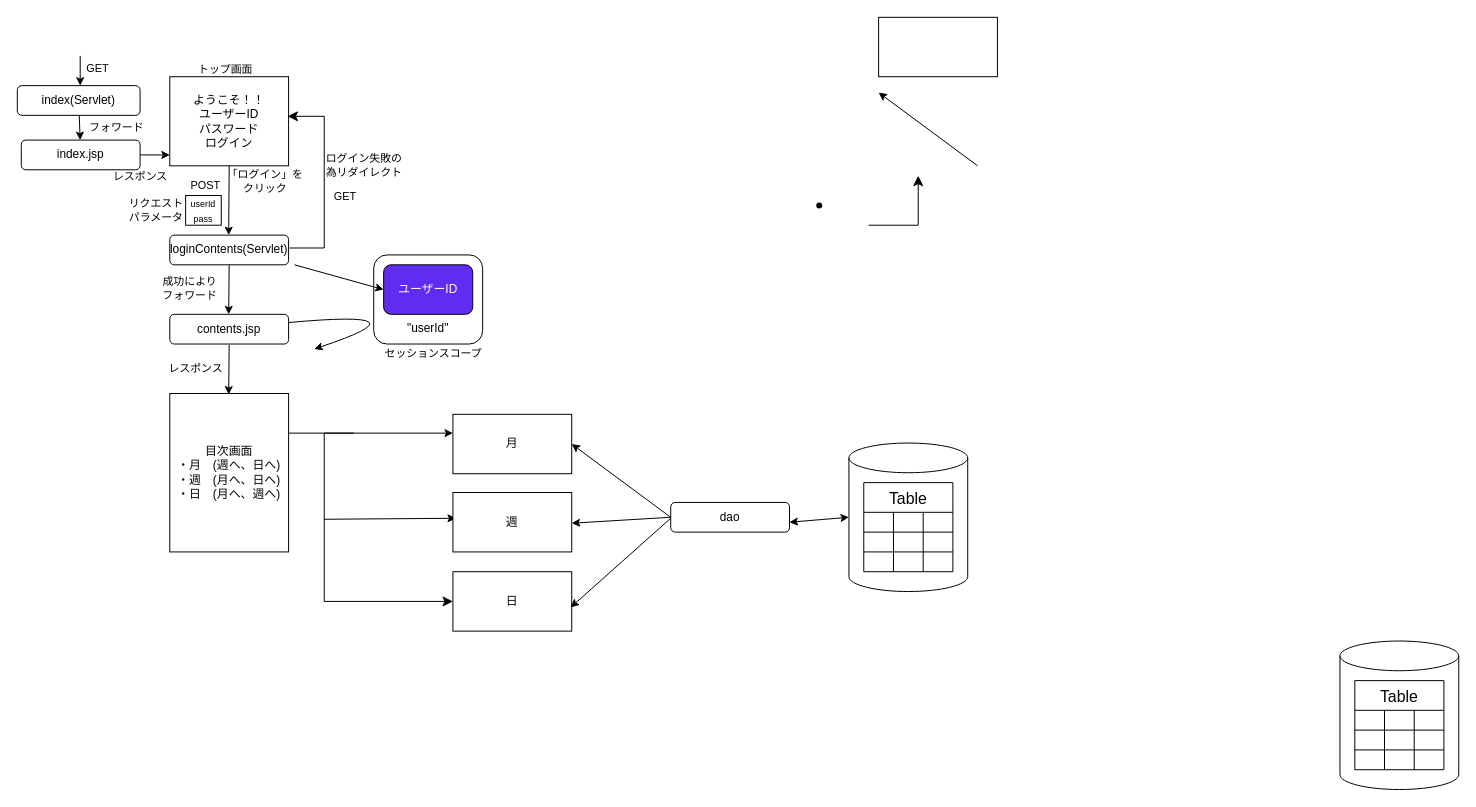
The draw.io diagram page "画面遷移図（ログイン）" (2 of 4) of 自主制作.drawio in a-otsuka0719/schedule, before the edit. Source tidied: cells renumbered, new cells numbered last; positions are measured from the earlier drawing's top-left corner, leaving out a move shared by most shapes. Both pictures are drawn from the tidied source at 99%, with x=0, y=0 at pixel (17, 17).
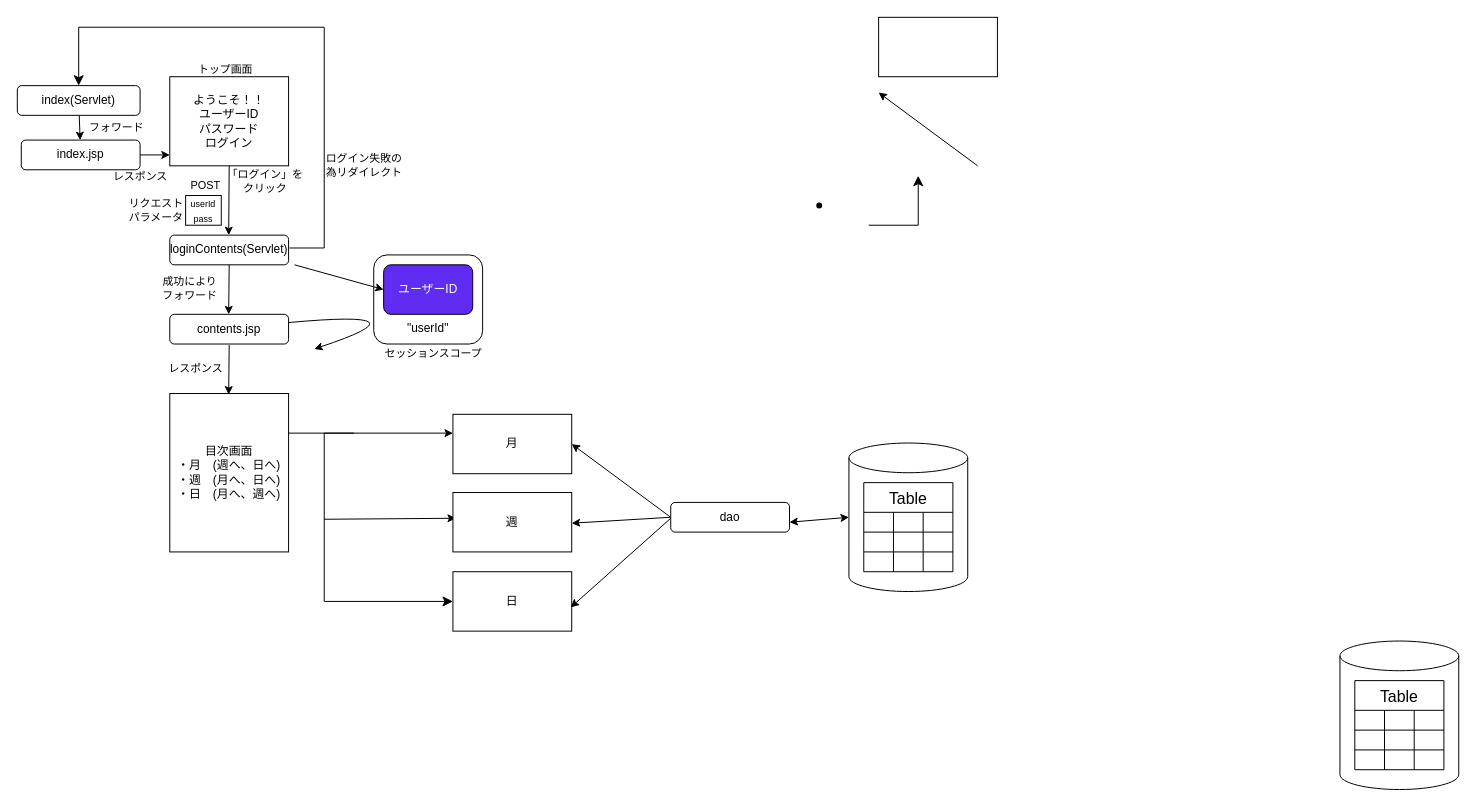
Above is the later version.

The change refers to these unchanged cells:
```xml
<mxCell id="14" value="index(Servlet)" style="rounded=1;whiteSpace=wrap;html=1;" parent="1" vertex="1">
  <mxGeometry y="69" width="124" height="30" as="geometry" />
</mxCell>
```

Diff of the diagram source:
```diff
@@
-    <mxCell id="21" style="endArrow=classic;html=1;" parent="1" edge="1">
-      <mxGeometry relative="1" as="geometry">
-        <mxPoint x="63.5" y="39" as="sourcePoint" />
-        <mxPoint x="63.5" y="69" as="targetPoint" />
-      </mxGeometry>
-    </mxCell>
-    <mxCell id="22" value="GET" style="edgeLabel;html=1;align=center;verticalAlign=middle;" parent="21" vertex="1">
-      <mxGeometry x="-0.21" y="1" relative="1" as="geometry">
-        <mxPoint x="16" as="offset" />
-      </mxGeometry>
-    </mxCell>
-    <mxCell id="23" value="GET" style="edgeLabel;html=1;align=center;verticalAlign=middle;" parent="21" vertex="1">
-      <mxGeometry x="-0.21" y="1" relative="1" as="geometry">
-        <mxPoint x="266" y="129" as="offset" />
-      </mxGeometry>
-    </mxCell>
@@
-    <mxCell id="37" style="edgeStyle=segmentEdgeStyle;endArrow=classic;html=1;curved=0;rounded=0;endSize=8;startSize=8;entryX=0.983;entryY=0.4;entryDx=0;entryDy=0;entryPerimeter=0;" parent="1" edge="1">
+    <mxCell id="37" style="edgeStyle=segmentEdgeStyle;endArrow=classic;html=1;curved=0;rounded=0;endSize=8;startSize=8;entryX=0.5;entryY=0;entryDx=0;entryDy=0;" parent="1" edge="1" target="14">
       <mxGeometry relative="1" as="geometry">
         <mxPoint x="275" y="233" as="sourcePoint" />
-        <mxPoint x="273" y="100" as="targetPoint" />
         <Array as="points">
           <mxPoint x="310" y="233" />
-          <mxPoint x="310" y="100" />
+          <mxPoint x="310" y="10" />
+          <mxPoint x="62" y="10" />
         </Array>
       </mxGeometry>
     </mxCell>
```
